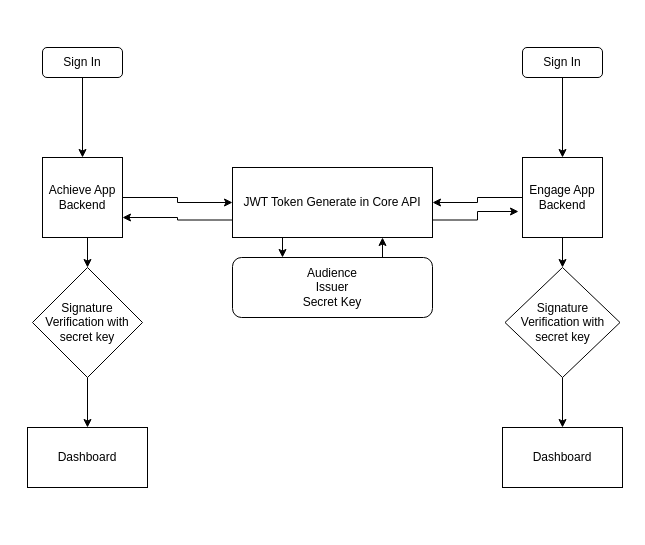
The draw.io diagram page "Authentication Core API" (5 of 8) of PowerHCM.drawio in triconlabs/Documentation, before the edit. Source tidied: cells renumbered, new cells numbered last; positions are measured from the earlier drawing's top-left corner, leaving out a move shared by most shapes. Both pictures are drawn from the tidied source at 100%, with x=0, y=0 at pixel (27, 47).
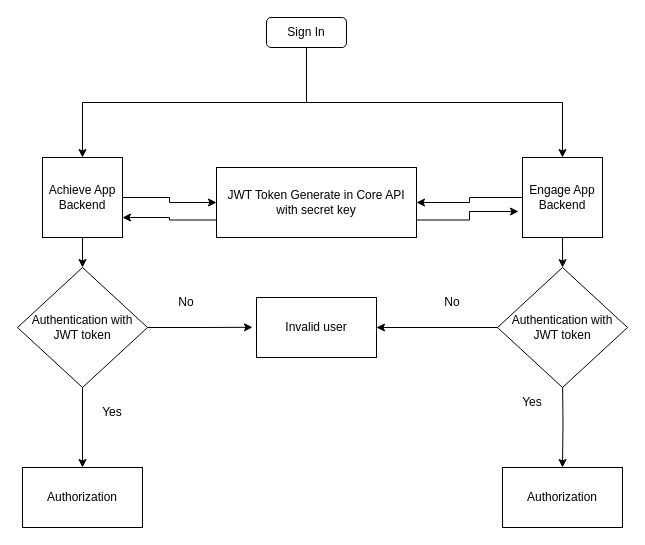
The same diagram, later.

Unchanged cells that the change refers to:
```xml
<mxCell id="6" value="Engage App Backend" style="whiteSpace=wrap;html=1;" parent="1" vertex="1">
  <mxGeometry x="495" y="110" width="80" height="80" as="geometry" />
</mxCell>
```

The edit, as a diff of the source:
```diff
@@
-    <mxCell id="2" style="edgeStyle=orthogonalEdgeStyle;rounded=0;jettySize=auto;html=1;exitX=0.25;exitY=1;exitDx=0;exitDy=0;entryX=0.25;entryY=0;entryDx=0;entryDy=0;" parent="1" edge="1" source="3" target="23">
-      <mxGeometry relative="1" as="geometry" />
-    </mxCell>
-    <mxCell id="3" value="JWT Token Generate in Core API" style="rounded=0;whiteSpace=wrap;html=1;" parent="1" vertex="1">
-      <mxGeometry x="205" y="120" width="200" height="70" as="geometry" />
+    <mxCell id="3" value="JWT Token Generate in Core API with secret key" style="rounded=0;whiteSpace=wrap;html=1;" parent="1" vertex="1">
+      <mxGeometry x="189" y="120" width="200" height="70" as="geometry" />
     </mxCell>
@@
-    <mxCell id="5" style="edgeStyle=orthogonalEdgeStyle;rounded=0;jettySize=auto;html=1;exitX=0.5;exitY=1;exitDx=0;exitDy=0;" parent="1" edge="1" source="6" target="19">
-      <mxGeometry relative="1" as="geometry" />
+    <mxCell id="5" style="edgeStyle=orthogonalEdgeStyle;rounded=0;jettySize=auto;html=1;exitX=0.5;exitY=1;exitDx=0;exitDy=0;" parent="1" edge="1" source="6">
+      <mxGeometry relative="1" as="geometry">
+        <mxPoint x="535.1" y="220.1" as="targetPoint" />
+      </mxGeometry>
     </mxCell>
@@
-    <mxCell id="10" style="edgeStyle=orthogonalEdgeStyle;rounded=0;jettySize=auto;html=1;exitX=0.5;exitY=1;exitDx=0;exitDy=0;entryX=0.5;entryY=0;entryDx=0;entryDy=0;" parent="1" edge="1" source="11" target="6">
-      <mxGeometry relative="1" as="geometry" />
-    </mxCell>
-    <mxCell id="11" value="Sign In" style="rounded=1;whiteSpace=wrap;html=1;" parent="1" vertex="1">
-      <mxGeometry x="495" width="80" height="30" as="geometry" />
-    </mxCell>
@@
+    <mxCell id="24" style="edgeStyle=orthogonalEdgeStyle;rounded=0;jettySize=auto;html=1;exitX=0.5;exitY=1;exitDx=0;exitDy=0;" parent="1" edge="1" source="13" target="6">
+      <mxGeometry relative="1" as="geometry" />
+    </mxCell>
     <mxCell id="13" value="Sign In" style="rounded=1;whiteSpace=wrap;html=1;" parent="1" vertex="1">
-      <mxGeometry x="15" width="80" height="30" as="geometry" />
+      <mxGeometry x="239" y="-30" width="80" height="30" as="geometry" />
     </mxCell>
@@
+    <mxCell id="25" style="edgeStyle=orthogonalEdgeStyle;rounded=0;jettySize=auto;html=1;exitX=1;exitY=0.5;exitDx=0;exitDy=0;" parent="1" edge="1" source="17">
+      <mxGeometry relative="1" as="geometry">
+        <mxPoint x="225" y="279.8" as="targetPoint" />
+      </mxGeometry>
+    </mxCell>
-    <mxCell id="17" value="Signature Verification with secret key" style="rhombus;whiteSpace=wrap;html=1;" parent="1" vertex="1">
-      <mxGeometry x="5" y="220" width="110" height="110" as="geometry" />
+    <mxCell id="17" value="Authentication with JWT token" style="rhombus;whiteSpace=wrap;html=1;" parent="1" vertex="1">
+      <mxGeometry x="-10" y="220" width="130" height="120" as="geometry" />
     </mxCell>
-    <mxCell id="18" style="edgeStyle=orthogonalEdgeStyle;rounded=0;jettySize=auto;html=1;" parent="1" edge="1" source="19" target="20">
-      <mxGeometry relative="1" as="geometry" />
+    <mxCell id="18" style="edgeStyle=orthogonalEdgeStyle;rounded=0;jettySize=auto;html=1;" parent="1" edge="1" target="20">
+      <mxGeometry relative="1" as="geometry">
+        <mxPoint x="535" y="330" as="sourcePoint" />
+      </mxGeometry>
     </mxCell>
-    <mxCell id="19" value="Signature Verification with secret key" style="rhombus;whiteSpace=wrap;html=1;" parent="1" vertex="1">
-      <mxGeometry x="477.5" y="220" width="115" height="110" as="geometry" />
-    </mxCell>
-    <mxCell id="20" value="Dashboard" style="rounded=0;whiteSpace=wrap;html=1;" parent="1" vertex="1">
-      <mxGeometry x="475" y="380" width="120" height="60" as="geometry" />
+    <mxCell id="20" value="Authorization" style="rounded=0;whiteSpace=wrap;html=1;" parent="1" vertex="1">
+      <mxGeometry x="475" y="420" width="120" height="60" as="geometry" />
     </mxCell>
-    <mxCell id="21" value="Dashboard" style="rounded=0;whiteSpace=wrap;html=1;" parent="1" vertex="1">
-      <mxGeometry y="380" width="120" height="60" as="geometry" />
+    <mxCell id="21" value="Authorization" style="rounded=0;whiteSpace=wrap;html=1;" parent="1" vertex="1">
+      <mxGeometry x="-5" y="420" width="120" height="60" as="geometry" />
     </mxCell>
-    <mxCell id="22" style="edgeStyle=orthogonalEdgeStyle;rounded=0;jettySize=auto;html=1;exitX=0.75;exitY=0;exitDx=0;exitDy=0;entryX=0.75;entryY=1;entryDx=0;entryDy=0;" parent="1" edge="1" source="23" target="3">
-      <mxGeometry relative="1" as="geometry" />
-    </mxCell>
-    <mxCell id="23" value="Audience&lt;div&gt;Issuer&lt;/div&gt;&lt;div&gt;Secret Key&lt;/div&gt;" style="rounded=1;whiteSpace=wrap;html=1;" parent="1" vertex="1">
-      <mxGeometry x="205" y="210" width="200" height="60" as="geometry" />
-    </mxCell>
+    <mxCell id="26" style="edgeStyle=orthogonalEdgeStyle;rounded=0;jettySize=auto;html=1;exitX=0;exitY=0.5;exitDx=0;exitDy=0;entryX=1;entryY=0.5;entryDx=0;entryDy=0;" parent="1" edge="1" source="27" target="28">
+      <mxGeometry relative="1" as="geometry" />
+    </mxCell>
+    <mxCell id="27" value="Authentication with JWT token" style="rhombus;whiteSpace=wrap;html=1;" parent="1" vertex="1">
+      <mxGeometry x="470" y="220" width="130" height="120" as="geometry" />
+    </mxCell>
+    <mxCell id="28" value="Invalid user" style="rounded=0;whiteSpace=wrap;html=1;" parent="1" vertex="1">
+      <mxGeometry x="229" y="250" width="120" height="60" as="geometry" />
+    </mxCell>
+    <mxCell id="29" value="No" style="text;html=1;align=center;verticalAlign=middle;whiteSpace=wrap;rounded=0;" parent="1" vertex="1">
+      <mxGeometry x="129" y="240" width="60" height="30" as="geometry" />
+    </mxCell>
+    <mxCell id="30" value="Yes" style="text;html=1;align=center;verticalAlign=middle;whiteSpace=wrap;rounded=0;" parent="1" vertex="1">
+      <mxGeometry x="475" y="340" width="60" height="30" as="geometry" />
+    </mxCell>
+    <mxCell id="31" value="Yes" style="text;html=1;align=center;verticalAlign=middle;whiteSpace=wrap;rounded=0;" parent="1" vertex="1">
+      <mxGeometry x="55" y="350" width="60" height="30" as="geometry" />
+    </mxCell>
+    <mxCell id="32" value="No" style="text;html=1;align=center;verticalAlign=middle;whiteSpace=wrap;rounded=0;" parent="1" vertex="1">
+      <mxGeometry x="395" y="240" width="60" height="30" as="geometry" />
+    </mxCell>
```
